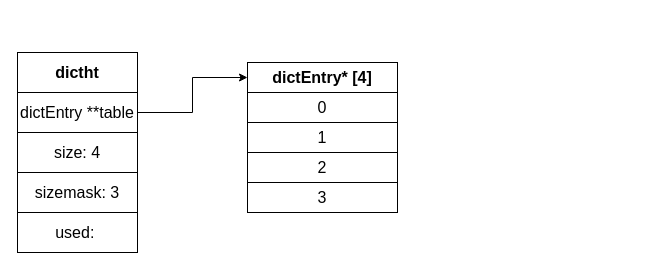
Earlier version of the draw.io diagram Redis-Dict.drawio (XuYi-fei/draw.io.sync). Source tidied: cells renumbered, new cells numbered last; positions are measured from the earlier drawing's top-left corner, leaving out a move shared by most shapes. Both pictures are drawn from the tidied source at 100%, with x=0, y=0 at pixel (17, 52).
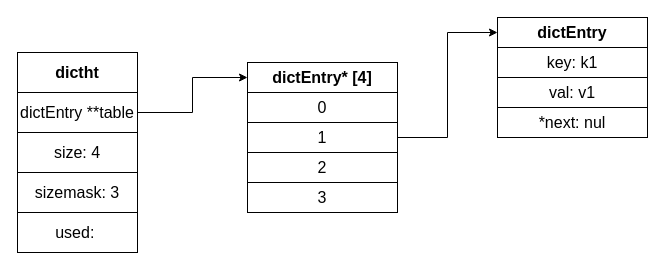
The same page after the edit.

What changed in the source:
```diff
@@
 <mxGraphModel>
   <root>
     <mxCell id="0" />
     <mxCell id="1" parent="0" />
     <mxCell id="2" value="dictht" style="rounded=0;whiteSpace=wrap;html=1;fontSize=16;fontStyle=1;" parent="1" vertex="1">
       <mxGeometry width="120" height="40" as="geometry" />
     </mxCell>
     <mxCell id="3" style="edgeStyle=orthogonalEdgeStyle;rounded=0;jettySize=auto;html=1;entryX=0;entryY=0.5;entryDx=0;entryDy=0;" parent="1" edge="1" source="4" target="8">
       <mxGeometry relative="1" as="geometry" />
     </mxCell>
     <mxCell id="4" value="dictEntry **table" style="rounded=0;whiteSpace=wrap;html=1;fontSize=16;fontStyle=0;" parent="1" vertex="1">
       <mxGeometry y="40" width="120" height="40" as="geometry" />
     </mxCell>
     <mxCell id="5" value="size: 4" style="rounded=0;whiteSpace=wrap;html=1;fontSize=16;fontStyle=0;" parent="1" vertex="1">
       <mxGeometry y="80" width="120" height="40" as="geometry" />
     </mxCell>
     <mxCell id="6" value="sizemask: 3" style="rounded=0;whiteSpace=wrap;html=1;fontSize=16;fontStyle=0;" parent="1" vertex="1">
       <mxGeometry y="120" width="120" height="40" as="geometry" />
     </mxCell>
     <mxCell id="7" value="used:&amp;nbsp;" style="rounded=0;whiteSpace=wrap;html=1;fontSize=16;fontStyle=0;" parent="1" vertex="1">
       <mxGeometry y="160" width="120" height="40" as="geometry" />
     </mxCell>
     <mxCell id="8" value="dictEntry* [4]" style="rounded=0;whiteSpace=wrap;html=1;fontSize=16;fontStyle=1;" parent="1" vertex="1">
       <mxGeometry x="230" y="10" width="150" height="30" as="geometry" />
     </mxCell>
     <mxCell id="9" value="0" style="rounded=0;whiteSpace=wrap;html=1;fontSize=16;fontStyle=0;" parent="1" vertex="1">
       <mxGeometry x="230" y="40" width="150" height="30" as="geometry" />
     </mxCell>
+    <mxCell id="13" style="edgeStyle=orthogonalEdgeStyle;rounded=0;jettySize=auto;html=1;exitX=1;exitY=0.5;exitDx=0;exitDy=0;entryX=0;entryY=0.5;entryDx=0;entryDy=0;" parent="1" edge="1" source="10" target="14">
+      <mxGeometry relative="1" as="geometry" />
+    </mxCell>
     <mxCell id="10" value="1" style="rounded=0;whiteSpace=wrap;html=1;fontSize=16;fontStyle=0;" parent="1" vertex="1">
       <mxGeometry x="230" y="70" width="150" height="30" as="geometry" />
     </mxCell>
     <mxCell id="11" value="2" style="rounded=0;whiteSpace=wrap;html=1;fontSize=16;fontStyle=0;" parent="1" vertex="1">
       <mxGeometry x="230" y="100" width="150" height="30" as="geometry" />
     </mxCell>
     <mxCell id="12" value="3" style="rounded=0;whiteSpace=wrap;html=1;fontSize=16;fontStyle=0;" parent="1" vertex="1">
       <mxGeometry x="230" y="130" width="150" height="30" as="geometry" />
     </mxCell>
+    <mxCell id="14" value="dictEntry" style="rounded=0;whiteSpace=wrap;html=1;fontSize=16;fontStyle=1;" parent="1" vertex="1">
+      <mxGeometry x="480" y="-35" width="150" height="30" as="geometry" />
+    </mxCell>
+    <mxCell id="15" value="key: k1" style="rounded=0;whiteSpace=wrap;html=1;fontSize=16;fontStyle=0;" parent="1" vertex="1">
+      <mxGeometry x="480" y="-5" width="150" height="30" as="geometry" />
+    </mxCell>
+    <mxCell id="16" value="val: v1" style="rounded=0;whiteSpace=wrap;html=1;fontSize=16;fontStyle=0;" parent="1" vertex="1">
+      <mxGeometry x="480" y="25" width="150" height="30" as="geometry" />
+    </mxCell>
+    <mxCell id="17" value="*next: nul" style="rounded=0;whiteSpace=wrap;html=1;fontSize=16;fontStyle=0;" parent="1" vertex="1">
+      <mxGeometry x="480" y="55" width="150" height="30" as="geometry" />
+    </mxCell>
   </root>
 </mxGraphModel>
```
